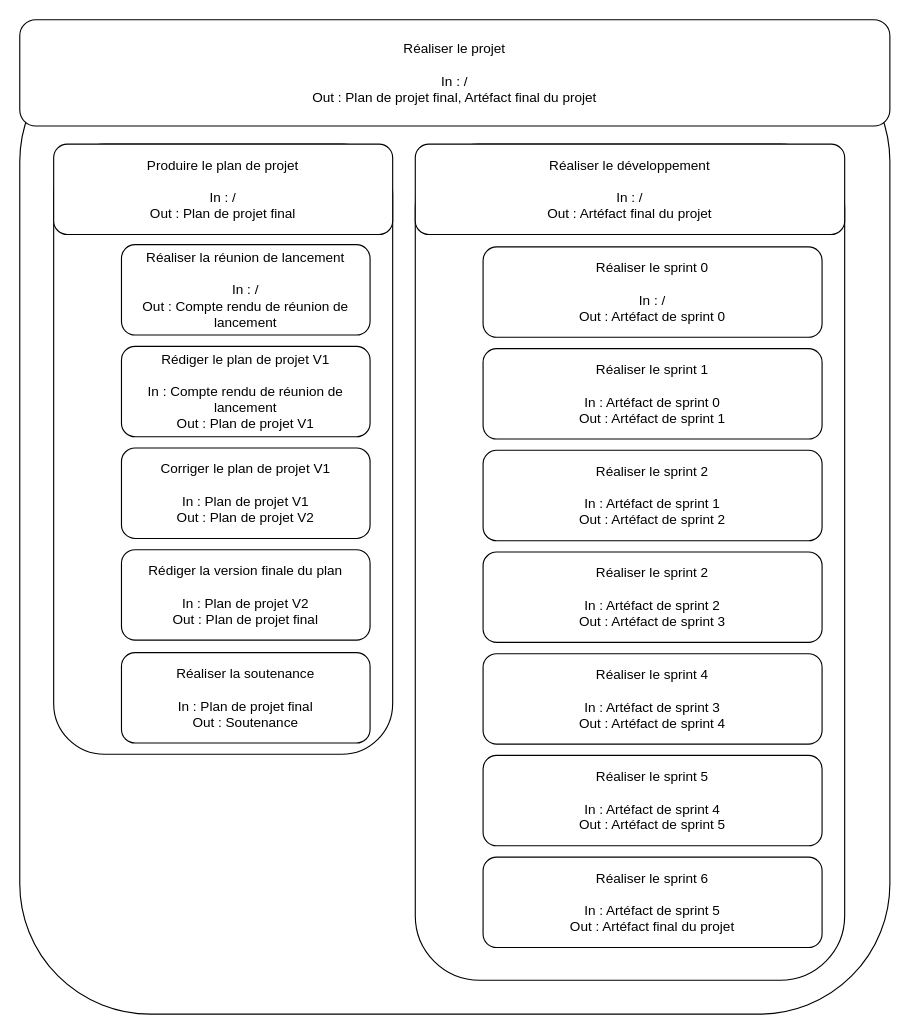
The draw.io diagram plan_management_projet/documents/IMG/WBS_schema.drawio in Szyckaa/UE-PROJET-DOCS-GESTION, before the edit. Source tidied: cells renumbered, new cells numbered last; positions are measured from the earlier drawing's top-left corner, leaving out a move shared by most shapes. Both pictures are drawn from the tidied source at 113%, with x=0, y=0 at pixel (19, 19).
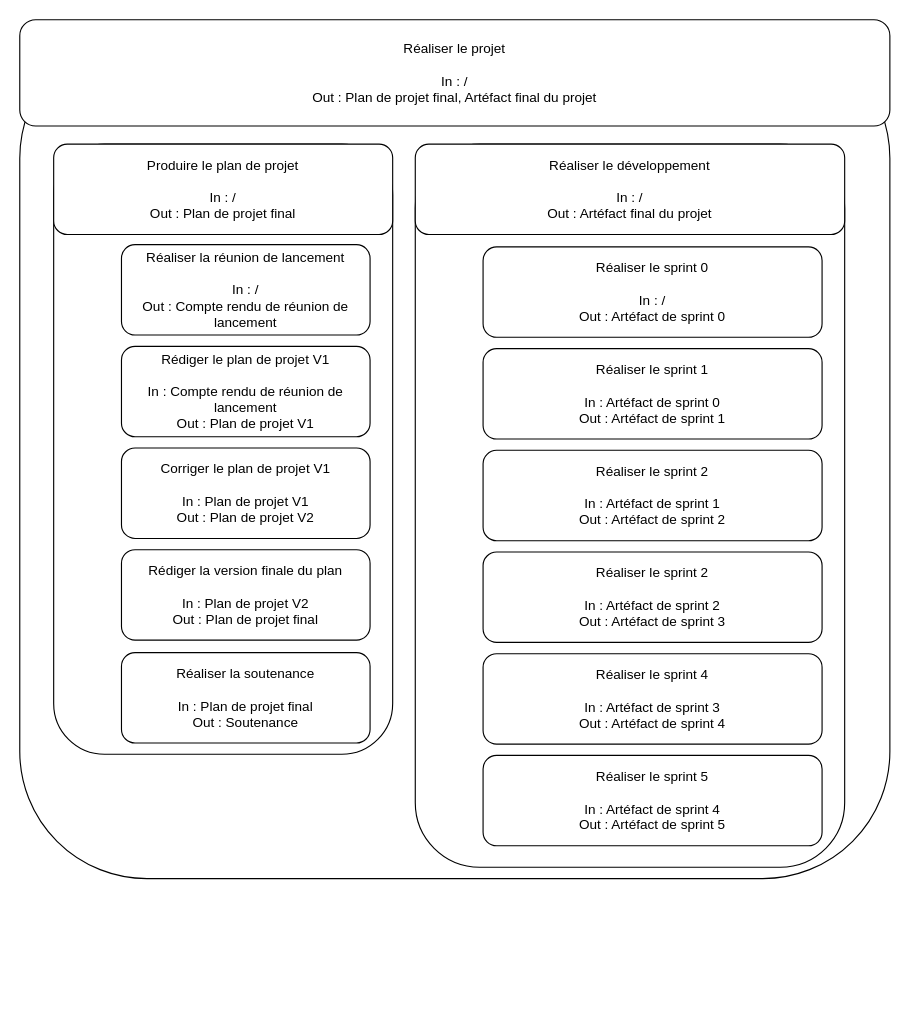
The same diagram, later.

Change to the diagram source:
```diff
@@
 <mxGraphModel>
   <root>
     <mxCell id="0" />
     <mxCell id="1" parent="0" />
     <mxCell id="2" style="rounded=1;whiteSpace=wrap;html=1;" parent="1" vertex="1">
-      <mxGeometry y="10" width="770" height="870" as="geometry" />
+      <mxGeometry y="10" width="770" height="750" as="geometry" />
     </mxCell>
     <mxCell id="3" style="rounded=1;whiteSpace=wrap;html=1;" parent="1" vertex="1">
-      <mxGeometry x="350" y="110" width="380" height="740" as="geometry" />
+      <mxGeometry x="350" y="110" width="380" height="640" as="geometry" />
     </mxCell>
     <mxCell id="4" style="rounded=1;whiteSpace=wrap;html=1;" parent="1" vertex="1">
       <mxGeometry x="30" y="110" width="300" height="540" as="geometry" />
     </mxCell>
     <mxCell id="5" value="Produire le plan de projet&lt;br&gt;&lt;br&gt;In : /&lt;br&gt;Out : Plan de projet final" style="rounded=1;whiteSpace=wrap;html=1;" parent="1" vertex="1">
       <mxGeometry x="30" y="110" width="300" height="80" as="geometry" />
     </mxCell>
     <mxCell id="6" value="Réaliser la réunion de lancement&lt;br&gt;&lt;br&gt;In : /&lt;br&gt;Out : Compte rendu de réunion de lancement" style="rounded=1;whiteSpace=wrap;html=1;" parent="1" vertex="1">
       <mxGeometry x="90" y="199" width="220" height="80" as="geometry" />
     </mxCell>
     <mxCell id="7" value="Rédiger le plan de projet V1&lt;br&gt;&lt;br&gt;In : Compte rendu de réunion de lancement&lt;br&gt;Out : Plan de projet V1" style="rounded=1;whiteSpace=wrap;html=1;" parent="1" vertex="1">
       <mxGeometry x="90" y="289" width="220" height="80" as="geometry" />
     </mxCell>
     <mxCell id="8" value="Rédiger la version finale du plan&lt;br&gt;&lt;br&gt;In : Plan de projet V2&lt;br&gt;Out : Plan de projet final" style="rounded=1;whiteSpace=wrap;html=1;" parent="1" vertex="1">
       <mxGeometry x="90" y="469" width="220" height="80" as="geometry" />
     </mxCell>
     <mxCell id="9" value="Réaliser le développement&lt;br&gt;&lt;br&gt;In : /&lt;br&gt;Out : Artéfact final du projet" style="rounded=1;whiteSpace=wrap;html=1;" parent="1" vertex="1">
       <mxGeometry x="350" y="110" width="380" height="80" as="geometry" />
     </mxCell>
     <mxCell id="10" value="Réaliser le sprint 0&lt;br&gt;&lt;br&gt;In : /&lt;br&gt;Out : Artéfact de sprint 0" style="rounded=1;whiteSpace=wrap;html=1;" parent="1" vertex="1">
       <mxGeometry x="410" y="201" width="300" height="80" as="geometry" />
     </mxCell>
     <mxCell id="11" value="Réaliser le sprint 1&lt;br&gt;&lt;br&gt;In : Artéfact de sprint 0&lt;br&gt;Out : Artéfact de sprint 1" style="rounded=1;whiteSpace=wrap;html=1;" parent="1" vertex="1">
       <mxGeometry x="410" y="291" width="300" height="80" as="geometry" />
     </mxCell>
     <mxCell id="12" value="Réaliser le sprint 2&lt;br&gt;&lt;br&gt;In : Artéfact de sprint 1&lt;br&gt;Out : Artéfact de sprint 2" style="rounded=1;whiteSpace=wrap;html=1;" parent="1" vertex="1">
       <mxGeometry x="410" y="381" width="300" height="80" as="geometry" />
     </mxCell>
     <mxCell id="13" value="Réaliser le sprint 2&lt;br&gt;&lt;br&gt;In : Artéfact de sprint 2&lt;br&gt;Out : Artéfact de sprint 3" style="rounded=1;whiteSpace=wrap;html=1;" parent="1" vertex="1">
       <mxGeometry x="410" y="471" width="300" height="80" as="geometry" />
     </mxCell>
     <mxCell id="14" value="Réaliser le sprint 4&lt;br&gt;&lt;br&gt;In : Artéfact de sprint 3&lt;br&gt;Out : Artéfact de sprint 4" style="rounded=1;whiteSpace=wrap;html=1;" parent="1" vertex="1">
       <mxGeometry x="410" y="561" width="300" height="80" as="geometry" />
     </mxCell>
     <mxCell id="15" value="Réaliser le sprint 5&lt;br&gt;&lt;br&gt;In : Artéfact de sprint 4&lt;br&gt;Out : Artéfact de sprint 5" style="rounded=1;whiteSpace=wrap;html=1;" parent="1" vertex="1">
       <mxGeometry x="410" y="651" width="300" height="80" as="geometry" />
     </mxCell>
-    <mxCell id="16" value="Réaliser le sprint 6&lt;br&gt;&lt;br&gt;In : Artéfact de sprint 5&lt;br&gt;Out : Artéfact final du projet" style="rounded=1;whiteSpace=wrap;html=1;" parent="1" vertex="1">
-      <mxGeometry x="410" y="741" width="300" height="80" as="geometry" />
-    </mxCell>
     <mxCell id="17" value="Réaliser le projet&lt;br&gt;&lt;br&gt;In : /&lt;br&gt;Out : Plan de projet final, Artéfact final du projet" style="rounded=1;whiteSpace=wrap;html=1;" parent="1" vertex="1">
       <mxGeometry width="770" height="94" as="geometry" />
     </mxCell>
     <mxCell id="18" value="Réaliser la soutenance&lt;br&gt;&lt;br&gt;In : Plan de projet final&lt;br&gt;Out : Soutenance" style="rounded=1;whiteSpace=wrap;html=1;" parent="1" vertex="1">
       <mxGeometry x="90" y="560" width="220" height="80" as="geometry" />
     </mxCell>
     <mxCell id="19" value="Corriger le plan de projet V1&lt;br&gt;&lt;br&gt;In : Plan de projet V1&lt;br&gt;Out : Plan de projet V2" style="rounded=1;whiteSpace=wrap;html=1;" parent="1" vertex="1">
       <mxGeometry x="90" y="379" width="220" height="80" as="geometry" />
     </mxCell>
   </root>
 </mxGraphModel>
```
